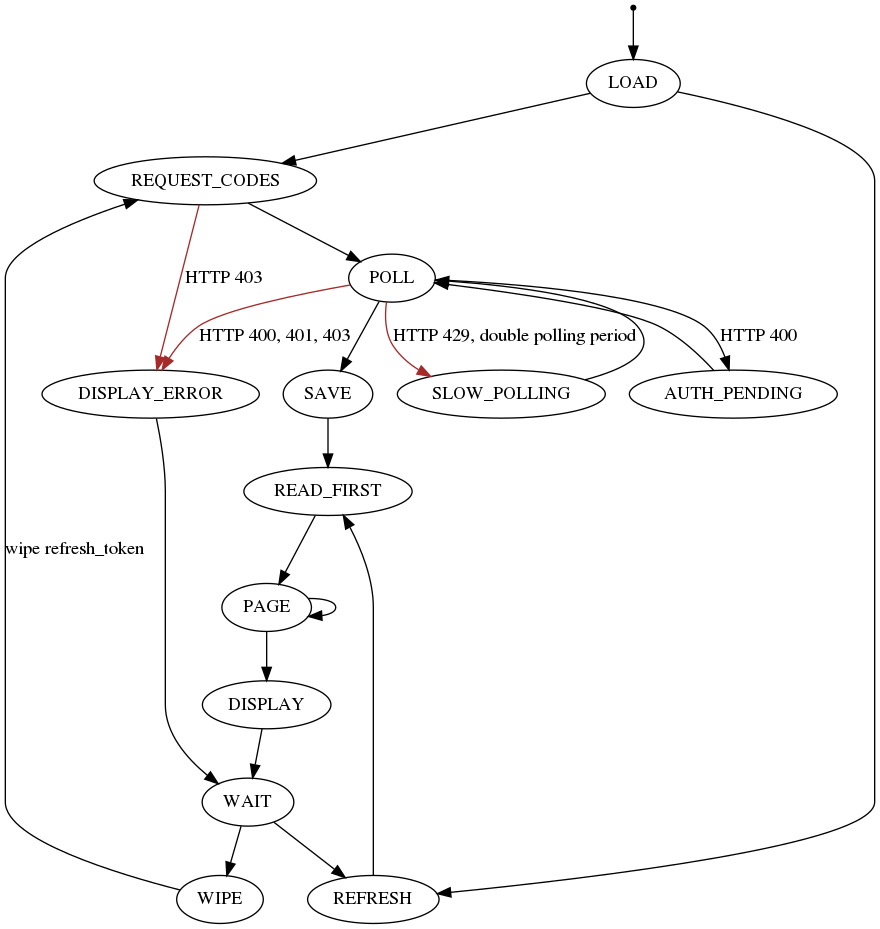
Before: docs/std.png, a diagram exported from Graphviz (kieranjwhite/calendar_mirror). Its source is kept beside it as docs/std.dot.
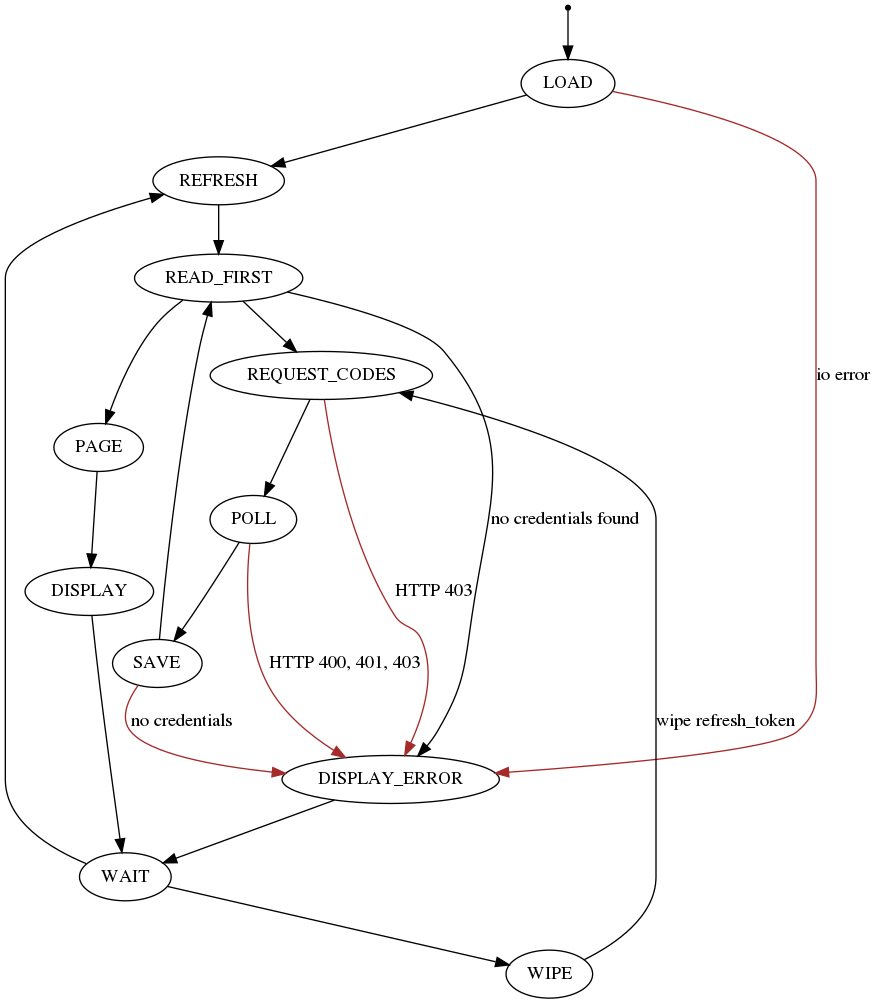
Above is the later version.

Diff of the diagram source:
```diff
@@ -8,39 +8,35 @@
 
 "LOAD" [shape="ellipse"];
 "REQUEST_CODES" [shape="ellipse"];
+"REFRESH" [shape="ellipse"];
+"READ_FIRST" [shape="ellipse"];
 "POLL" [shape="ellipse"];
-"AUTH_PENDING" [shape="ellipse"];
-"SLOW_POLLING" [shape="ellipse"];
-"REFRESH" [shape="ellipse"];
+"DISPLAY_ERROR" [shape="ellipse"];
 "SAVE" [shape="ellipse"];
-"READ_FIRST" [shape="ellipse"];
 "PAGE" [shape="ellipse"];
 "DISPLAY" [shape="ellipse"];
-"DISPLAY_ERROR" [shape="ellipse"];
 "WAIT" [shape="ellipse"];
+"WIPE" [shape="ellipse"];
 
 start -> "LOAD";
-"LOAD" -> "REQUEST_CODES"
+"READ_FIRST" -> "REQUEST_CODES";
+"WIPE" -> "REQUEST_CODES" [label="wipe refresh_token"];
 "LOAD" -> "REFRESH";
+"WAIT" -> "REFRESH";
 "REFRESH" -> "READ_FIRST";
+"SAVE" -> "READ_FIRST";
 "REQUEST_CODES" -> "POLL";
+"LOAD" -> "DISPLAY_ERROR" [ label="io error" color="brown"];
+"POLL" -> "DISPLAY_ERROR" [label="HTTP 400, 401, 403" color="brown"];
+"READ_FIRST" -> "DISPLAY_ERROR" [ label="no credentials found"];
 "REQUEST_CODES" -> "DISPLAY_ERROR" [label="HTTP 403" color="brown"];
-"POLL" -> "AUTH_PENDING" [label="HTTP 400"];
-"AUTH_PENDING" -> "POLL";
-"POLL" -> "SLOW_POLLING" [label="HTTP 429, double polling period" color="brown"];
-"SLOW_POLLING" -> "POLL";
-"POLL" -> "DISPLAY_ERROR" [label="HTTP 400, 401, 403" color="brown"];
+"SAVE" -> "DISPLAY_ERROR" [label="no credentials" color="brown"];
 "POLL" -> "SAVE";
-"SAVE" -> "READ_FIRST";
 "READ_FIRST" -> "PAGE";
-"PAGE" -> "PAGE";
 "PAGE" -> "DISPLAY";
 "DISPLAY_ERROR" -> "WAIT";
 "DISPLAY" -> "WAIT";
-"WAIT" -> "REFRESH";
 "WAIT" -> "WIPE";
-"WIPE" ->  "REQUEST_CODES" [label="wipe refresh_token"];
-
 }
 /*
 * "TYPING" -> "REINIT" [label="(get, put, delete) 404 Not Found\nor -ve term frequency\nor missing term to delete" color="brown"];
```
